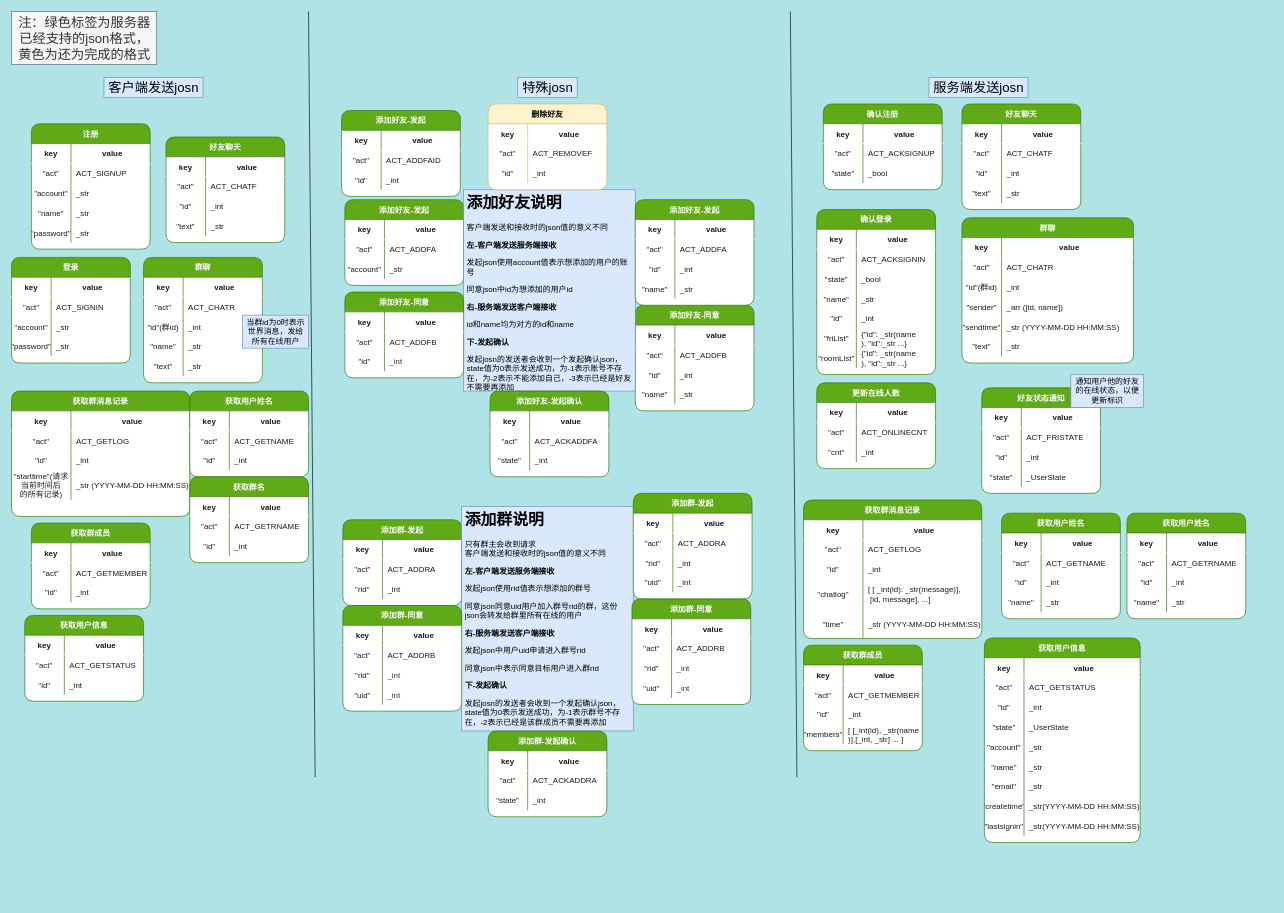
Earlier version of the draw.io diagram json类型约定.drawio (leo-zhang-git/Gchatpro-file). Source tidied: cells renumbered, new cells numbered last; positions are measured from the earlier drawing's top-left corner, leaving out a move shared by most shapes. Both pictures are drawn from the tidied source at 66%, with x=0, y=0 at pixel (11, 11).
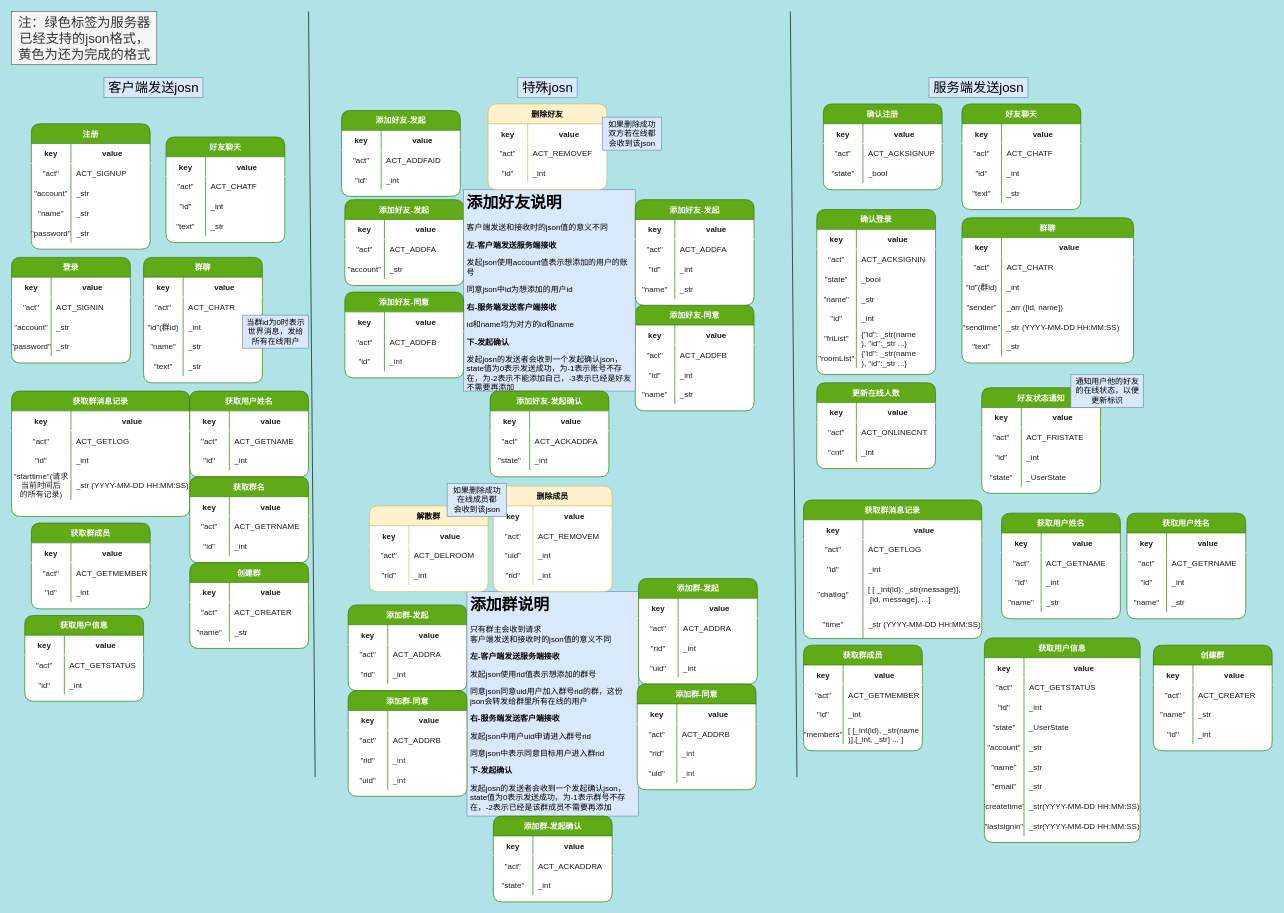
After the change.

Commit message (it also covers changes not shown here):
所有基础功能json添加

Diff of the diagram source:
```diff
@@
     <mxCell id="345" value="添加群-发起" style="shape=table;startSize=30;childLayout=tableLayout;rowLines=0;fontStyle=1;align=center;rounded=1;shadow=0;fillColor=#60a917;strokeColor=#2D7600;fontColor=#ffffff;flipH=1;flipV=0;gradientColor=none;swimlaneFillColor=default;" parent="1" vertex="1">
-      <mxGeometry x="502" y="770" width="180" height="130" as="geometry" />
+      <mxGeometry x="510" y="899" width="180" height="130" as="geometry" />
     </mxCell>
@@
     <mxCell id="355" value="&lt;h1&gt;添加群说明&lt;/h1&gt;&lt;div&gt;只有群主会收到请求&lt;/div&gt;&lt;div&gt;客户端发送和接收时的json值的意义不同&lt;/div&gt;&lt;p&gt;&lt;b&gt;左-客户端发送服务端接收&lt;/b&gt;&lt;/p&gt;&lt;p&gt;发起json使用rid值表示想添加的群号&lt;/p&gt;&lt;p&gt;同意json同意uid用户加入群号rid的群，这份json会转发给群里所有在线的用户&lt;/p&gt;&lt;p&gt;&lt;b&gt;右-服务端发送客户端接收&lt;/b&gt;&lt;/p&gt;&lt;p&gt;发起json中用户uid申请进入群号rid&lt;/p&gt;&lt;p&gt;同意json中表示同意目标用户进入群rid&lt;/p&gt;&lt;p&gt;&lt;b&gt;下-发起确认&lt;/b&gt;&lt;/p&gt;&lt;p&gt;发起josn的发送者会收到一个发起确认json，state值为0表示发送成功，&lt;span&gt;为-1表示群号不存在，-2表示已经是该群成员不需要再添加&lt;/span&gt;&lt;/p&gt;" style="text;html=1;spacing=5;spacingTop=-20;whiteSpace=wrap;overflow=hidden;rounded=0;fillColor=#dae8fc;strokeColor=#6c8ebf;" parent="1" vertex="1">
-      <mxGeometry x="682" y="750" width="260" height="340" as="geometry" />
+      <mxGeometry x="690" y="879" width="260" height="340" as="geometry" />
     </mxCell>
     <mxCell id="356" value="添加群-同意" style="shape=table;startSize=30;childLayout=tableLayout;rowLines=0;fontStyle=1;align=center;rounded=1;shadow=0;fillColor=#60a917;strokeColor=#2D7600;fontColor=#ffffff;flipH=1;flipV=0;gradientColor=none;swimlaneFillColor=default;" parent="1" vertex="1">
-      <mxGeometry x="502" y="900" width="180" height="160" as="geometry" />
+      <mxGeometry x="510" y="1029" width="180" height="160" as="geometry" />
     </mxCell>
@@
     <mxCell id="369" value="添加群-发起" style="shape=table;startSize=30;childLayout=tableLayout;rowLines=0;fontStyle=1;align=center;rounded=1;shadow=0;fillColor=#60a917;strokeColor=#2D7600;fontColor=#ffffff;flipH=1;flipV=0;gradientColor=none;swimlaneFillColor=default;" parent="1" vertex="1">
-      <mxGeometry x="942" y="730" width="180" height="160" as="geometry" />
+      <mxGeometry x="950" y="859" width="180" height="160" as="geometry" />
     </mxCell>
@@
     <mxCell id="382" value="添加群-发起确认" style="shape=table;startSize=30;childLayout=tableLayout;rowLines=0;fontStyle=1;align=center;rounded=1;shadow=0;fillColor=#60a917;strokeColor=#2D7600;fontColor=#ffffff;flipH=1;flipV=0;gradientColor=none;swimlaneFillColor=default;" parent="1" vertex="1">
-      <mxGeometry x="722" y="1090" width="180" height="130" as="geometry" />
+      <mxGeometry x="730" y="1219" width="180" height="130" as="geometry" />
     </mxCell>
@@
     <mxCell id="392" value="添加群-同意" style="shape=table;startSize=30;childLayout=tableLayout;rowLines=0;fontStyle=1;align=center;rounded=1;shadow=0;fillColor=#60a917;strokeColor=#2D7600;fontColor=#ffffff;flipH=1;flipV=0;gradientColor=none;swimlaneFillColor=default;" parent="1" vertex="1">
-      <mxGeometry x="940" y="890" width="180" height="160" as="geometry" />
+      <mxGeometry x="948" y="1019" width="180" height="160" as="geometry" />
     </mxCell>
@@
+    <mxCell id="428" value="创建群" style="shape=table;startSize=30;childLayout=tableLayout;rowLines=0;fontStyle=1;align=center;rounded=1;shadow=0;fillColor=#60a917;strokeColor=#2D7600;fontColor=#ffffff;flipH=1;flipV=0;swimlaneFillColor=default;" parent="1" vertex="1">
+      <mxGeometry x="270" y="835" width="180" height="130" as="geometry" />
+    </mxCell>
+    <mxCell id="429" style="shape=tableRow;horizontal=0;startSize=0;swimlaneHead=0;swimlaneBody=0;fillColor=none;top=0;left=0;right=0;bottom=1;rounded=1;shadow=0;fontColor=#1A1A1A;strokeColor=#FFFFFF;" parent="428" vertex="1">
+      <mxGeometry y="30" width="180" height="30" as="geometry" />
+    </mxCell>
+    <mxCell id="430" value="key" style="shape=partialRectangle;fillColor=none;top=0;left=0;bottom=0;right=0;fontStyle=1;overflow=hidden;rounded=1;shadow=0;fontColor=#1A1A1A;strokeColor=#FFFFFF;" parent="429" vertex="1">
+      <mxGeometry width="60" height="30" as="geometry" />
+    </mxCell>
+    <mxCell id="431" value="value" style="shape=partialRectangle;fillColor=none;top=0;left=0;bottom=0;right=0;align=center;spacingLeft=6;fontStyle=1;overflow=hidden;rounded=1;shadow=0;fontColor=#1A1A1A;strokeColor=#66FF66;verticalAlign=middle;" parent="429" vertex="1">
+      <mxGeometry x="60" width="120" height="30" as="geometry" />
+    </mxCell>
+    <mxCell id="432" style="shape=tableRow;horizontal=0;startSize=0;swimlaneHead=0;swimlaneBody=0;fillColor=none;top=0;left=0;right=0;bottom=0;rounded=1;shadow=0;fontColor=#1A1A1A;strokeColor=#FFFFFF;" parent="428" vertex="1">
+      <mxGeometry y="60" width="180" height="30" as="geometry" />
+    </mxCell>
+    <mxCell id="433" value="&quot;act&quot;" style="shape=partialRectangle;fillColor=none;top=0;left=0;bottom=0;right=0;overflow=hidden;rounded=1;shadow=0;fontColor=#1A1A1A;strokeColor=#FFFFFF;" parent="432" vertex="1">
+      <mxGeometry width="60" height="30" as="geometry" />
+    </mxCell>
+    <mxCell id="434" value="ACT_CREATER" style="shape=partialRectangle;fillColor=none;top=0;left=0;bottom=0;right=0;align=left;spacingLeft=6;overflow=hidden;rounded=1;shadow=0;fontColor=#1A1A1A;strokeColor=#FFFFFF;" parent="432" vertex="1">
+      <mxGeometry x="60" width="120" height="30" as="geometry" />
+    </mxCell>
+    <mxCell id="435" style="shape=tableRow;horizontal=0;startSize=0;swimlaneHead=0;swimlaneBody=0;fillColor=none;top=0;left=0;right=0;bottom=0;rounded=1;shadow=0;fontColor=#1A1A1A;strokeColor=#FFFFFF;" parent="428" vertex="1">
+      <mxGeometry y="90" width="180" height="30" as="geometry" />
+    </mxCell>
+    <mxCell id="436" value="&quot;name&quot;" style="shape=partialRectangle;fillColor=none;top=0;left=0;bottom=0;right=0;overflow=hidden;rounded=1;shadow=0;fontColor=#1A1A1A;strokeColor=#FFFFFF;" parent="435" vertex="1">
+      <mxGeometry width="60" height="30" as="geometry" />
+    </mxCell>
+    <mxCell id="437" value="_str" style="shape=partialRectangle;fillColor=none;top=0;left=0;bottom=0;right=0;align=left;spacingLeft=6;overflow=hidden;rounded=1;shadow=0;fontColor=#1A1A1A;strokeColor=#FFFFFF;" parent="435" vertex="1">
+      <mxGeometry x="60" width="120" height="30" as="geometry" />
+    </mxCell>
+    <mxCell id="438" value="创建群" style="shape=table;startSize=30;childLayout=tableLayout;rowLines=0;fontStyle=1;align=center;rounded=1;shadow=0;fillColor=#60a917;strokeColor=#2D7600;fontColor=#ffffff;flipH=1;flipV=0;swimlaneFillColor=default;" parent="1" vertex="1">
+      <mxGeometry x="1730" y="960" width="180" height="160" as="geometry" />
+    </mxCell>
+    <mxCell id="439" style="shape=tableRow;horizontal=0;startSize=0;swimlaneHead=0;swimlaneBody=0;fillColor=none;top=0;left=0;right=0;bottom=1;rounded=1;shadow=0;fontColor=#1A1A1A;strokeColor=#FFFFFF;" parent="438" vertex="1">
+      <mxGeometry y="30" width="180" height="30" as="geometry" />
+    </mxCell>
+    <mxCell id="440" value="key" style="shape=partialRectangle;fillColor=none;top=0;left=0;bottom=0;right=0;fontStyle=1;overflow=hidden;rounded=1;shadow=0;fontColor=#1A1A1A;strokeColor=#FFFFFF;" parent="439" vertex="1">
+      <mxGeometry width="60" height="30" as="geometry" />
+    </mxCell>
+    <mxCell id="441" value="value" style="shape=partialRectangle;fillColor=none;top=0;left=0;bottom=0;right=0;align=center;spacingLeft=6;fontStyle=1;overflow=hidden;rounded=1;shadow=0;fontColor=#1A1A1A;strokeColor=#66FF66;verticalAlign=middle;" parent="439" vertex="1">
+      <mxGeometry x="60" width="120" height="30" as="geometry" />
+    </mxCell>
+    <mxCell id="442" style="shape=tableRow;horizontal=0;startSize=0;swimlaneHead=0;swimlaneBody=0;fillColor=none;top=0;left=0;right=0;bottom=0;rounded=1;shadow=0;fontColor=#1A1A1A;strokeColor=#FFFFFF;" parent="438" vertex="1">
+      <mxGeometry y="60" width="180" height="30" as="geometry" />
+    </mxCell>
+    <mxCell id="443" value="&quot;act&quot;" style="shape=partialRectangle;fillColor=none;top=0;left=0;bottom=0;right=0;overflow=hidden;rounded=1;shadow=0;fontColor=#1A1A1A;strokeColor=#FFFFFF;" parent="442" vertex="1">
+      <mxGeometry width="60" height="30" as="geometry" />
+    </mxCell>
+    <mxCell id="444" value="ACT_CREATER" style="shape=partialRectangle;fillColor=none;top=0;left=0;bottom=0;right=0;align=left;spacingLeft=6;overflow=hidden;rounded=1;shadow=0;fontColor=#1A1A1A;strokeColor=#FFFFFF;" parent="442" vertex="1">
+      <mxGeometry x="60" width="120" height="30" as="geometry" />
+    </mxCell>
+    <mxCell id="445" style="shape=tableRow;horizontal=0;startSize=0;swimlaneHead=0;swimlaneBody=0;fillColor=none;top=0;left=0;right=0;bottom=0;rounded=1;shadow=0;fontColor=#1A1A1A;strokeColor=#FFFFFF;" parent="438" vertex="1">
+      <mxGeometry y="90" width="180" height="30" as="geometry" />
+    </mxCell>
+    <mxCell id="446" value="&quot;name&quot;" style="shape=partialRectangle;fillColor=none;top=0;left=0;bottom=0;right=0;overflow=hidden;rounded=1;shadow=0;fontColor=#1A1A1A;strokeColor=#FFFFFF;" parent="445" vertex="1">
+      <mxGeometry width="60" height="30" as="geometry" />
+    </mxCell>
+    <mxCell id="447" value="_str" style="shape=partialRectangle;fillColor=none;top=0;left=0;bottom=0;right=0;align=left;spacingLeft=6;overflow=hidden;rounded=1;shadow=0;fontColor=#1A1A1A;strokeColor=#FFFFFF;" parent="445" vertex="1">
+      <mxGeometry x="60" width="120" height="30" as="geometry" />
+    </mxCell>
+    <mxCell id="448" style="shape=tableRow;horizontal=0;startSize=0;swimlaneHead=0;swimlaneBody=0;fillColor=none;top=0;left=0;right=0;bottom=0;rounded=1;shadow=0;fontColor=#1A1A1A;strokeColor=#FFFFFF;" parent="438" vertex="1">
+      <mxGeometry y="120" width="180" height="30" as="geometry" />
+    </mxCell>
+    <mxCell id="449" value="&quot;id&quot;" style="shape=partialRectangle;fillColor=none;top=0;left=0;bottom=0;right=0;overflow=hidden;rounded=1;shadow=0;fontColor=#1A1A1A;strokeColor=#FFFFFF;" parent="448" vertex="1">
+      <mxGeometry width="60" height="30" as="geometry" />
+    </mxCell>
+    <mxCell id="450" value="_int" style="shape=partialRectangle;fillColor=none;top=0;left=0;bottom=0;right=0;align=left;spacingLeft=6;overflow=hidden;rounded=1;shadow=0;fontColor=#1A1A1A;strokeColor=#FFFFFF;" parent="448" vertex="1">
+      <mxGeometry x="60" width="120" height="30" as="geometry" />
+    </mxCell>
+    <mxCell id="451" value="如果删除成功&lt;br&gt;双方若在线都&lt;br&gt;会收到该json" style="text;html=1;align=center;verticalAlign=middle;strokeColor=#6c8ebf;fillColor=#dae8fc;" parent="1" vertex="1">
+      <mxGeometry x="895" y="160" width="90" height="50" as="geometry" />
+    </mxCell>
+    <mxCell id="452" value="删除成员" style="shape=table;startSize=30;childLayout=tableLayout;rowLines=0;fontStyle=1;align=center;rounded=1;shadow=0;fillColor=#fff2cc;strokeColor=#d6b656;flipH=1;flipV=0;swimlaneFillColor=default;" parent="1" vertex="1">
+      <mxGeometry x="730" y="719" width="180" height="160" as="geometry" />
+    </mxCell>
+    <mxCell id="453" style="shape=tableRow;horizontal=0;startSize=0;swimlaneHead=0;swimlaneBody=0;fillColor=none;top=0;left=0;right=0;bottom=1;rounded=1;shadow=0;fontColor=#1A1A1A;strokeColor=#FFFFFF;" parent="452" vertex="1">
+      <mxGeometry y="30" width="180" height="30" as="geometry" />
+    </mxCell>
+    <mxCell id="454" value="key" style="shape=partialRectangle;fillColor=none;top=0;left=0;bottom=0;right=0;fontStyle=1;overflow=hidden;rounded=1;shadow=0;fontColor=#1A1A1A;strokeColor=#FFFFFF;" parent="453" vertex="1">
+      <mxGeometry width="60" height="30" as="geometry" />
+    </mxCell>
+    <mxCell id="455" value="value" style="shape=partialRectangle;fillColor=none;top=0;left=0;bottom=0;right=0;align=center;spacingLeft=6;fontStyle=1;overflow=hidden;rounded=1;shadow=0;fontColor=#1A1A1A;strokeColor=#66FF66;verticalAlign=middle;" parent="453" vertex="1">
+      <mxGeometry x="60" width="120" height="30" as="geometry" />
+    </mxCell>
+    <mxCell id="456" style="shape=tableRow;horizontal=0;startSize=0;swimlaneHead=0;swimlaneBody=0;fillColor=none;top=0;left=0;right=0;bottom=0;rounded=1;shadow=0;fontColor=#1A1A1A;strokeColor=#FFFFFF;" parent="452" vertex="1">
+      <mxGeometry y="60" width="180" height="30" as="geometry" />
+    </mxCell>
+    <mxCell id="457" value="&quot;act&quot;" style="shape=partialRectangle;fillColor=none;top=0;left=0;bottom=0;right=0;overflow=hidden;rounded=1;shadow=0;fontColor=#1A1A1A;strokeColor=#FFFFFF;" parent="456" vertex="1">
+      <mxGeometry width="60" height="30" as="geometry" />
+    </mxCell>
+    <mxCell id="458" value="ACT_REMOVEM" style="shape=partialRectangle;fillColor=none;top=0;left=0;bottom=0;right=0;align=left;spacingLeft=6;overflow=hidden;rounded=1;shadow=0;fontColor=#1A1A1A;strokeColor=#FFFFFF;" parent="456" vertex="1">
+      <mxGeometry x="60" width="120" height="30" as="geometry" />
+    </mxCell>
+    <mxCell id="459" style="shape=tableRow;horizontal=0;startSize=0;swimlaneHead=0;swimlaneBody=0;fillColor=none;top=0;left=0;right=0;bottom=0;rounded=1;shadow=0;fontColor=#1A1A1A;strokeColor=#FFFFFF;" parent="452" vertex="1">
+      <mxGeometry y="90" width="180" height="30" as="geometry" />
+    </mxCell>
+    <mxCell id="460" value="&quot;uid&quot;" style="shape=partialRectangle;fillColor=none;top=0;left=0;bottom=0;right=0;overflow=hidden;rounded=1;shadow=0;fontColor=#1A1A1A;strokeColor=#FFFFFF;" parent="459" vertex="1">
+      <mxGeometry width="60" height="30" as="geometry" />
+    </mxCell>
+    <mxCell id="461" value="_int" style="shape=partialRectangle;fillColor=none;top=0;left=0;bottom=0;right=0;align=left;spacingLeft=6;overflow=hidden;rounded=1;shadow=0;fontColor=#1A1A1A;strokeColor=#FFFFFF;" parent="459" vertex="1">
+      <mxGeometry x="60" width="120" height="30" as="geometry" />
+    </mxCell>
+    <mxCell id="462" style="shape=tableRow;horizontal=0;startSize=0;swimlaneHead=0;swimlaneBody=0;fillColor=none;top=0;left=0;right=0;bottom=0;rounded=1;shadow=0;fontColor=#1A1A1A;strokeColor=#FFFFFF;" parent="452" vertex="1">
+      <mxGeometry y="120" width="180" height="30" as="geometry" />
+    </mxCell>
+    <mxCell id="463" value="&quot;rid&quot;" style="shape=partialRectangle;fillColor=none;top=0;left=0;bottom=0;right=0;overflow=hidden;rounded=1;shadow=0;fontColor=#1A1A1A;strokeColor=#FFFFFF;" parent="462" vertex="1">
+      <mxGeometry width="60" height="30" as="geometry" />
+    </mxCell>
+    <mxCell id="464" value="_int" style="shape=partialRectangle;fillColor=none;top=0;left=0;bottom=0;right=0;align=left;spacingLeft=6;overflow=hidden;rounded=1;shadow=0;fontColor=#1A1A1A;strokeColor=#FFFFFF;" parent="462" vertex="1">
+      <mxGeometry x="60" width="120" height="30" as="geometry" />
+    </mxCell>
+    <mxCell id="465" value="解散群" style="shape=table;startSize=30;childLayout=tableLayout;rowLines=0;fontStyle=1;align=center;rounded=1;shadow=0;fillColor=#fff2cc;strokeColor=#d6b656;flipH=1;flipV=0;swimlaneFillColor=default;" parent="1" vertex="1">
+      <mxGeometry x="542" y="749" width="180" height="130" as="geometry" />
+    </mxCell>
+    <mxCell id="466" style="shape=tableRow;horizontal=0;startSize=0;swimlaneHead=0;swimlaneBody=0;fillColor=none;top=0;left=0;right=0;bottom=1;rounded=1;shadow=0;fontColor=#1A1A1A;strokeColor=#FFFFFF;" parent="465" vertex="1">
+      <mxGeometry y="30" width="180" height="30" as="geometry" />
+    </mxCell>
+    <mxCell id="467" value="key" style="shape=partialRectangle;fillColor=none;top=0;left=0;bottom=0;right=0;fontStyle=1;overflow=hidden;rounded=1;shadow=0;fontColor=#1A1A1A;strokeColor=#FFFFFF;" parent="466" vertex="1">
+      <mxGeometry width="60" height="30" as="geometry" />
+    </mxCell>
+    <mxCell id="468" value="value" style="shape=partialRectangle;fillColor=none;top=0;left=0;bottom=0;right=0;align=center;spacingLeft=6;fontStyle=1;overflow=hidden;rounded=1;shadow=0;fontColor=#1A1A1A;strokeColor=#66FF66;verticalAlign=middle;" parent="466" vertex="1">
+      <mxGeometry x="60" width="120" height="30" as="geometry" />
+    </mxCell>
+    <mxCell id="469" style="shape=tableRow;horizontal=0;startSize=0;swimlaneHead=0;swimlaneBody=0;fillColor=none;top=0;left=0;right=0;bottom=0;rounded=1;shadow=0;fontColor=#1A1A1A;strokeColor=#FFFFFF;" parent="465" vertex="1">
+      <mxGeometry y="60" width="180" height="30" as="geometry" />
+    </mxCell>
+    <mxCell id="470" value="&quot;act&quot;" style="shape=partialRectangle;fillColor=none;top=0;left=0;bottom=0;right=0;overflow=hidden;rounded=1;shadow=0;fontColor=#1A1A1A;strokeColor=#FFFFFF;" parent="469" vertex="1">
+      <mxGeometry width="60" height="30" as="geometry" />
+    </mxCell>
+    <mxCell id="471" value="ACT_DELROOM" style="shape=partialRectangle;fillColor=none;top=0;left=0;bottom=0;right=0;align=left;spacingLeft=6;overflow=hidden;rounded=1;shadow=0;fontColor=#1A1A1A;strokeColor=#FFFFFF;" parent="469" vertex="1">
+      <mxGeometry x="60" width="120" height="30" as="geometry" />
+    </mxCell>
+    <mxCell id="472" style="shape=tableRow;horizontal=0;startSize=0;swimlaneHead=0;swimlaneBody=0;fillColor=none;top=0;left=0;right=0;bottom=0;rounded=1;shadow=0;fontColor=#1A1A1A;strokeColor=#FFFFFF;" parent="465" vertex="1">
+      <mxGeometry y="90" width="180" height="30" as="geometry" />
+    </mxCell>
+    <mxCell id="473" value="&quot;rid&quot;" style="shape=partialRectangle;fillColor=none;top=0;left=0;bottom=0;right=0;overflow=hidden;rounded=1;shadow=0;fontColor=#1A1A1A;strokeColor=#FFFFFF;" parent="472" vertex="1">
+      <mxGeometry width="60" height="30" as="geometry" />
+    </mxCell>
+    <mxCell id="474" value="_int" style="shape=partialRectangle;fillColor=none;top=0;left=0;bottom=0;right=0;align=left;spacingLeft=6;overflow=hidden;rounded=1;shadow=0;fontColor=#1A1A1A;strokeColor=#FFFFFF;" parent="472" vertex="1">
+      <mxGeometry x="60" width="120" height="30" as="geometry" />
+    </mxCell>
+    <mxCell id="475" value="如果删除成功&lt;br&gt;在线成员都&lt;br&gt;会收到该json" style="text;html=1;align=center;verticalAlign=middle;strokeColor=#6c8ebf;fillColor=#dae8fc;" parent="1" vertex="1">
+      <mxGeometry x="660" y="715" width="90" height="50" as="geometry" />
+    </mxCell>
```
